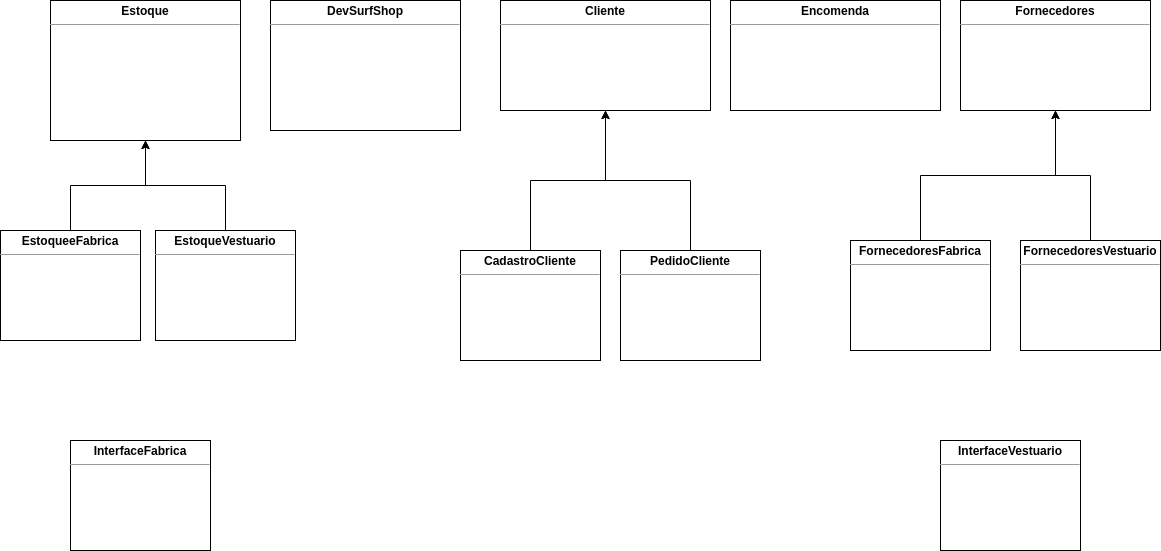
The draw.io diagram Untitled Diagram.drawio.png in caionps/DevSurfShop, before a commit. Source tidied: cells renumbered, new cells last; positions are measured from the earlier drawing's top-left corner, leaving out a move shared by most shapes.
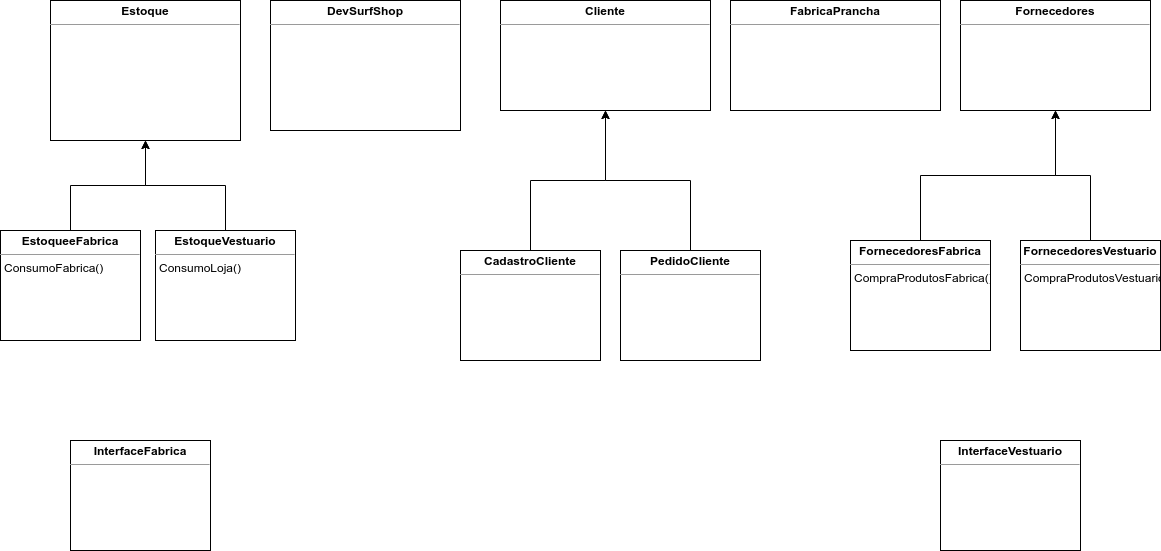
Later version of the same file.

The edit, as a diff of the source:
```diff
@@ -17,13 +17,18 @@
     <mxCell id="6" style="edgeStyle=orthogonalEdgeStyle;rounded=0;jettySize=auto;html=1;exitX=0.5;exitY=0;exitDx=0;exitDy=0;entryX=0.5;entryY=1;entryDx=0;entryDy=0;" parent="1" edge="1" source="7" target="3">
       <mxGeometry relative="1" as="geometry" />
     </mxCell>
-    <mxCell id="7" value="&lt;p style=&quot;margin: 0px ; margin-top: 4px ; text-align: center&quot;&gt;&lt;b&gt;EstoqueeFabrica&lt;/b&gt;&lt;/p&gt;&lt;hr size=&quot;1&quot;&gt;&lt;p style=&quot;margin: 0px ; margin-left: 4px&quot;&gt;&lt;br&gt;&lt;/p&gt;" style="verticalAlign=top;align=left;overflow=fill;fontSize=12;fontFamily=Helvetica;html=1;" parent="1" vertex="1">
+    <mxCell id="7" value="&lt;p style=&quot;margin: 0px ; margin-top: 4px ; text-align: center&quot;&gt;&lt;b&gt;EstoqueeFabrica&lt;/b&gt;&lt;/p&gt;&lt;hr size=&quot;1&quot;&gt;&lt;p style=&quot;margin: 0px ; margin-left: 4px&quot;&gt;ConsumoFabrica()&lt;/p&gt;" style="verticalAlign=top;align=left;overflow=fill;fontSize=12;fontFamily=Helvetica;html=1;" parent="1" vertex="1">
       <mxGeometry y="230" width="140" height="110" as="geometry" />
     </mxCell>
     <mxCell id="8" style="edgeStyle=orthogonalEdgeStyle;rounded=0;jettySize=auto;html=1;exitX=0.5;exitY=0;exitDx=0;exitDy=0;entryX=0.5;entryY=1;entryDx=0;entryDy=0;" parent="1" edge="1" source="9" target="3">
-      <mxGeometry relative="1" as="geometry" />
+      <mxGeometry relative="1" as="geometry">
+        <Array as="points">
+          <mxPoint x="225" y="185" />
+          <mxPoint x="145" y="185" />
+        </Array>
+      </mxGeometry>
     </mxCell>
-    <mxCell id="9" value="&lt;p style=&quot;margin: 0px ; margin-top: 4px ; text-align: center&quot;&gt;&lt;b&gt;EstoqueVestuario&lt;/b&gt;&lt;/p&gt;&lt;hr size=&quot;1&quot;&gt;&lt;p style=&quot;margin: 0px ; margin-left: 4px&quot;&gt;&lt;br&gt;&lt;/p&gt;" style="verticalAlign=top;align=left;overflow=fill;fontSize=12;fontFamily=Helvetica;html=1;" parent="1" vertex="1">
+    <mxCell id="9" value="&lt;p style=&quot;margin: 0px ; margin-top: 4px ; text-align: center&quot;&gt;&lt;b&gt;EstoqueVestuario&lt;/b&gt;&lt;/p&gt;&lt;hr size=&quot;1&quot;&gt;&lt;p style=&quot;margin: 0px ; margin-left: 4px&quot;&gt;ConsumoLoja()&lt;/p&gt;" style="verticalAlign=top;align=left;overflow=fill;fontSize=12;fontFamily=Helvetica;html=1;" parent="1" vertex="1">
       <mxGeometry x="155" y="230" width="140" height="110" as="geometry" />
     </mxCell>
     <mxCell id="10" style="edgeStyle=orthogonalEdgeStyle;rounded=0;jettySize=auto;html=1;exitX=0.5;exitY=0;exitDx=0;exitDy=0;entryX=0.5;entryY=1;entryDx=0;entryDy=0;" parent="1" edge="1" source="11" target="4">
@@ -41,13 +46,13 @@
     <mxCell id="14" style="edgeStyle=orthogonalEdgeStyle;rounded=0;jettySize=auto;html=1;exitX=0.5;exitY=0;exitDx=0;exitDy=0;" parent="1" edge="1" source="15" target="5">
       <mxGeometry relative="1" as="geometry" />
     </mxCell>
-    <mxCell id="15" value="&lt;p style=&quot;margin: 0px ; margin-top: 4px ; text-align: center&quot;&gt;&lt;b&gt;FornecedoresFabrica&lt;/b&gt;&lt;/p&gt;&lt;hr size=&quot;1&quot;&gt;&lt;p style=&quot;margin: 0px ; margin-left: 4px&quot;&gt;&lt;br&gt;&lt;/p&gt;" style="verticalAlign=top;align=left;overflow=fill;fontSize=12;fontFamily=Helvetica;html=1;" parent="1" vertex="1">
+    <mxCell id="15" value="&lt;p style=&quot;margin: 0px ; margin-top: 4px ; text-align: center&quot;&gt;&lt;b&gt;FornecedoresFabrica&lt;/b&gt;&lt;/p&gt;&lt;hr size=&quot;1&quot;&gt;&lt;p style=&quot;margin: 0px ; margin-left: 4px&quot;&gt;CompraProdutosFabrica()&lt;/p&gt;" style="verticalAlign=top;align=left;overflow=fill;fontSize=12;fontFamily=Helvetica;html=1;" parent="1" vertex="1">
       <mxGeometry x="850" y="240" width="140" height="110" as="geometry" />
     </mxCell>
     <mxCell id="16" style="edgeStyle=orthogonalEdgeStyle;rounded=0;jettySize=auto;html=1;exitX=0.5;exitY=0;exitDx=0;exitDy=0;" parent="1" edge="1" source="17" target="5">
       <mxGeometry relative="1" as="geometry" />
     </mxCell>
-    <mxCell id="17" value="&lt;p style=&quot;margin: 0px ; margin-top: 4px ; text-align: center&quot;&gt;&lt;b&gt;FornecedoresVestuario&lt;/b&gt;&lt;/p&gt;&lt;hr size=&quot;1&quot;&gt;&lt;p style=&quot;margin: 0px ; margin-left: 4px&quot;&gt;&lt;br&gt;&lt;/p&gt;" style="verticalAlign=top;align=left;overflow=fill;fontSize=12;fontFamily=Helvetica;html=1;" parent="1" vertex="1">
+    <mxCell id="17" value="&lt;p style=&quot;margin: 0px ; margin-top: 4px ; text-align: center&quot;&gt;&lt;b&gt;FornecedoresVestuario&lt;/b&gt;&lt;/p&gt;&lt;hr size=&quot;1&quot;&gt;&lt;p style=&quot;margin: 0px ; margin-left: 4px&quot;&gt;CompraProdutosVestuario()&lt;/p&gt;" style="verticalAlign=top;align=left;overflow=fill;fontSize=12;fontFamily=Helvetica;html=1;" parent="1" vertex="1">
       <mxGeometry x="1020" y="240" width="140" height="110" as="geometry" />
     </mxCell>
     <mxCell id="18" value="&lt;p style=&quot;margin: 0px ; margin-top: 4px ; text-align: center&quot;&gt;&lt;b&gt;InterfaceFabrica&lt;/b&gt;&lt;/p&gt;&lt;hr size=&quot;1&quot;&gt;&lt;p style=&quot;margin: 0px ; margin-left: 4px&quot;&gt;&lt;br&gt;&lt;/p&gt;" style="verticalAlign=top;align=left;overflow=fill;fontSize=12;fontFamily=Helvetica;html=1;" parent="1" vertex="1">
@@ -56,7 +61,7 @@
     <mxCell id="19" value="&lt;p style=&quot;margin: 0px ; margin-top: 4px ; text-align: center&quot;&gt;&lt;b&gt;InterfaceVestuario&lt;/b&gt;&lt;/p&gt;&lt;hr size=&quot;1&quot;&gt;&lt;p style=&quot;margin: 0px ; margin-left: 4px&quot;&gt;&lt;br&gt;&lt;/p&gt;" style="verticalAlign=top;align=left;overflow=fill;fontSize=12;fontFamily=Helvetica;html=1;" parent="1" vertex="1">
       <mxGeometry x="940" y="440" width="140" height="110" as="geometry" />
     </mxCell>
-    <mxCell id="20" value="&lt;p style=&quot;margin: 0px ; margin-top: 4px ; text-align: center&quot;&gt;&lt;b&gt;Encomenda&lt;/b&gt;&lt;/p&gt;&lt;hr size=&quot;1&quot;&gt;&lt;p style=&quot;margin: 0px ; margin-left: 4px&quot;&gt;&lt;br&gt;&lt;/p&gt;" style="verticalAlign=top;align=left;overflow=fill;fontSize=12;fontFamily=Helvetica;html=1;" parent="1" vertex="1">
+    <mxCell id="20" value="&lt;p style=&quot;margin: 0px ; margin-top: 4px ; text-align: center&quot;&gt;&lt;b&gt;FabricaPrancha&lt;/b&gt;&lt;/p&gt;&lt;hr size=&quot;1&quot;&gt;&lt;p style=&quot;margin: 0px ; margin-left: 4px&quot;&gt;&lt;br&gt;&lt;/p&gt;" style="verticalAlign=top;align=left;overflow=fill;fontSize=12;fontFamily=Helvetica;html=1;" parent="1" vertex="1">
       <mxGeometry x="730" width="210" height="110" as="geometry" />
     </mxCell>
   </root>
```
